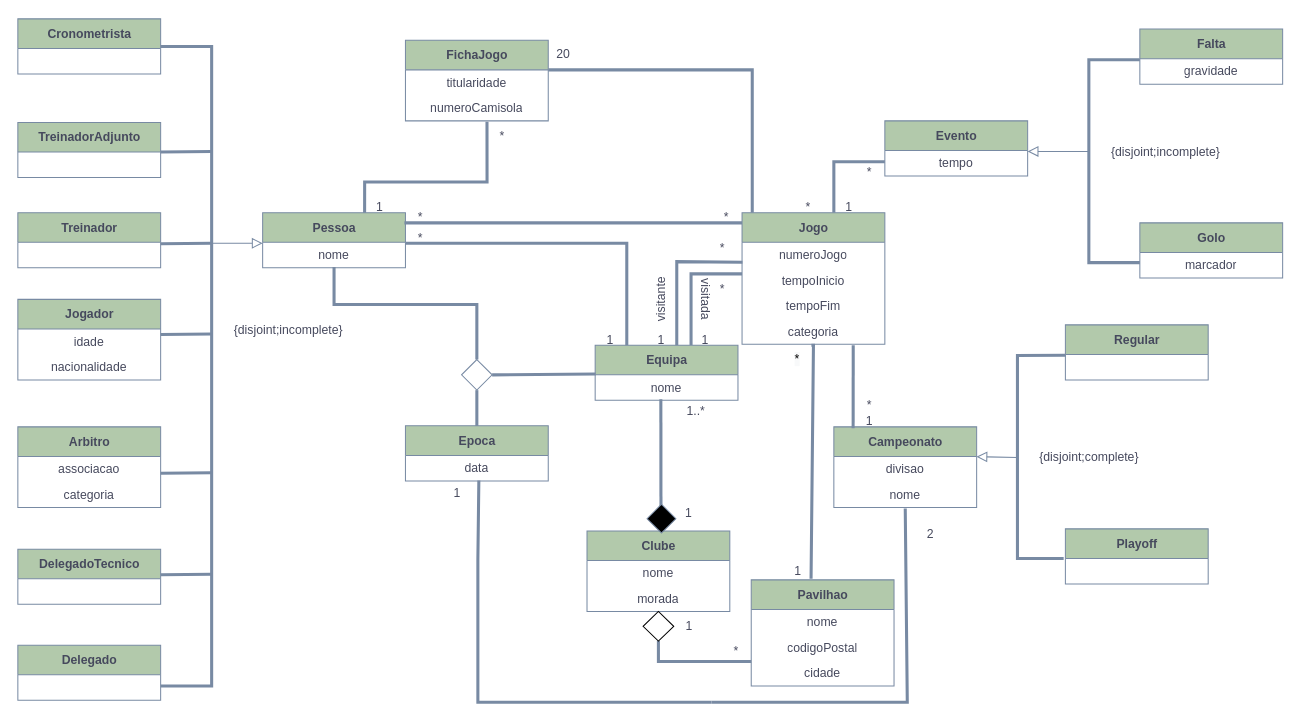
ValterCastro/FEUP-BD keeps this draw.io diagram as uml_diagram.drawio. Above is the earlier version. Source tidied: cells renumbered, new cells numbered last; positions are measured from the earlier drawing's top-left corner, leaving out a move shared by most shapes. Both pictures are drawn from the tidied source at 102%, with x=0, y=0 at pixel (17, 18).
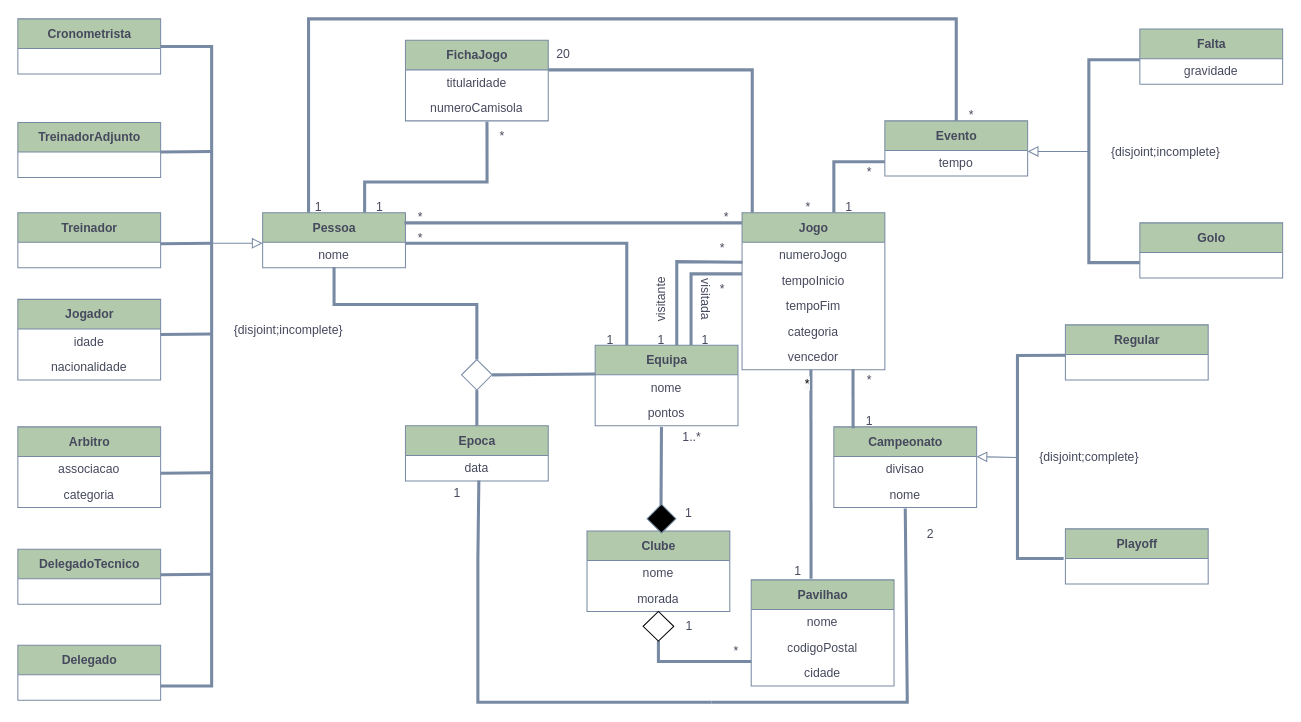
Above is the later version.

Commit message:
Updated UML diagram

Unchanged cells that the change refers to:
```xml
<mxCell id="23" value="Evento" style="swimlane;fontStyle=1;align=center;verticalAlign=middle;horizontal=1;startSize=29;html=1;fillColor=#B2C9AB;strokeColor=#788AA3;fontColor=#46495D;" parent="1" vertex="1">
  <mxGeometry x="850" y="100" width="140" height="54" as="geometry" />
</mxCell>
<mxCell id="37" value="Pavilhao" style="swimlane;fontStyle=1;align=center;verticalAlign=middle;horizontal=1;startSize=29;html=1;fillColor=#B2C9AB;strokeColor=#788AA3;fontColor=#46495D;" parent="1" vertex="1">
  <mxGeometry x="719" y="550" width="140" height="104" as="geometry" />
</mxCell>
<mxCell id="41" value="Campeonato" style="swimlane;fontStyle=1;align=center;verticalAlign=middle;horizontal=1;startSize=29;html=1;fillColor=#B2C9AB;strokeColor=#788AA3;fontColor=#46495D;" parent="1" vertex="1">
  <mxGeometry x="800" y="400" width="140" height="79" as="geometry" />
</mxCell>
<mxCell id="66" value="nome" style="text;html=1;strokeColor=none;fillColor=none;align=center;verticalAlign=middle;spacingLeft=4;spacingRight=4;overflow=hidden;points=[[0,0.5],[1,0.5]];portConstraint=eastwest;fontColor=#46495D;" parent="65" vertex="1">
  <mxGeometry y="29" width="140" height="25" as="geometry" />
</mxCell>
<mxCell id="105" value="Golo" style="swimlane;fontStyle=1;align=center;verticalAlign=middle;horizontal=1;startSize=29;html=1;fillColor=#B2C9AB;strokeColor=#788AA3;fontColor=#46495D;" parent="101" vertex="1">
  <mxGeometry x="50" y="190" width="140" height="54" as="geometry" />
</mxCell>
```

The edit, as a diff of the source:
```diff
@@
     <mxCell id="44" value="Jogo" style="swimlane;fontStyle=1;align=center;verticalAlign=middle;horizontal=1;startSize=29;html=1;fillColor=#B2C9AB;strokeColor=#788AA3;fontColor=#46495D;" parent="1" vertex="1">
-      <mxGeometry x="710" y="190" width="140" height="129" as="geometry" />
+      <mxGeometry x="710" y="190" width="140" height="154" as="geometry" />
     </mxCell>
@@
+    <mxCell id="108" value="vencedor" style="text;html=1;strokeColor=none;fillColor=none;align=center;verticalAlign=middle;spacingLeft=4;spacingRight=4;overflow=hidden;points=[[0,0.5],[1,0.5]];portConstraint=eastwest;fontColor=#46495D;" parent="44" vertex="1">
+      <mxGeometry y="129" width="140" height="25" as="geometry" />
+    </mxCell>
@@
     <mxCell id="53" value="*" style="text;html=1;strokeColor=none;fillColor=none;align=center;verticalAlign=middle;whiteSpace=wrap;rounded=0;fontColor=#46495D;" parent="1" vertex="1">
-      <mxGeometry x="820" y="374" width="30" height="10" as="geometry" />
+      <mxGeometry x="820" y="349" width="30" height="10" as="geometry" />
     </mxCell>
@@
-    <mxCell id="55" style="endArrow=none;startArrow=none;endFill=0;startFill=0;endSize=8;html=1;verticalAlign=bottom;labelBackgroundColor=none;strokeWidth=3;rounded=0;exitX=0.419;exitY=-0.01;exitDx=0;exitDy=0;exitPerimeter=0;strokeColor=#788AA3;fontColor=#46495D;" parent="1" edge="1" source="37">
-      <mxGeometry relative="1" as="geometry">
-        <mxPoint x="778" y="320" as="targetPoint" />
-        <Array as="points">
-          <mxPoint x="780" y="320" />
-        </Array>
-      </mxGeometry>
+    <mxCell id="55" style="endArrow=none;startArrow=none;endFill=0;startFill=0;endSize=8;html=1;verticalAlign=bottom;labelBackgroundColor=none;strokeWidth=3;rounded=0;exitX=0.419;exitY=-0.01;exitDx=0;exitDy=0;exitPerimeter=0;strokeColor=#788AA3;fontColor=#46495D;entryX=0.75;entryY=0;entryDx=0;entryDy=0;" parent="1" edge="1" source="37" target="57">
+      <mxGeometry relative="1" as="geometry" />
     </mxCell>
@@
     <mxCell id="57" value="&lt;span style=&quot;color: rgb(0, 0, 0); font-family: Helvetica; font-size: 12px; font-style: normal; font-variant-ligatures: normal; font-variant-caps: normal; font-weight: 400; letter-spacing: normal; orphans: 2; text-align: center; text-indent: 0px; text-transform: none; widows: 2; word-spacing: 0px; -webkit-text-stroke-width: 0px; background-color: rgb(248, 249, 250); text-decoration-thickness: initial; text-decoration-style: initial; text-decoration-color: initial; float: none; display: inline !important;&quot;&gt;*&lt;/span&gt;" style="text;whiteSpace=wrap;html=1;fontColor=#46495D;" parent="1" vertex="1">
-      <mxGeometry x="760" y="320" width="10" height="20" as="geometry" />
+      <mxGeometry x="770" y="344" width="10" height="20" as="geometry" />
     </mxCell>
-    <mxCell id="58" style="endArrow=none;startArrow=none;endFill=0;startFill=0;endSize=8;html=1;verticalAlign=bottom;labelBackgroundColor=none;strokeWidth=3;rounded=0;entryX=0.135;entryY=0.016;entryDx=0;entryDy=0;entryPerimeter=0;strokeColor=#788AA3;fontColor=#46495D;" parent="1" edge="1" target="41">
-      <mxGeometry relative="1" as="geometry">
-        <mxPoint x="819" y="320" as="sourcePoint" />
-      </mxGeometry>
+    <mxCell id="58" style="endArrow=none;startArrow=none;endFill=0;startFill=0;endSize=8;html=1;verticalAlign=bottom;labelBackgroundColor=none;strokeWidth=3;rounded=0;entryX=0.135;entryY=0.016;entryDx=0;entryDy=0;entryPerimeter=0;strokeColor=#788AA3;fontColor=#46495D;exitX=0.777;exitY=0.982;exitDx=0;exitDy=0;exitPerimeter=0;" parent="1" edge="1" source="108" target="41">
+      <mxGeometry relative="1" as="geometry" />
     </mxCell>
@@
     <mxCell id="65" value="Equipa" style="swimlane;fontStyle=1;align=center;verticalAlign=middle;horizontal=1;startSize=29;html=1;fillColor=#B2C9AB;strokeColor=#788AA3;fontColor=#46495D;" parent="1" vertex="1">
-      <mxGeometry x="566" y="320" width="140" height="54" as="geometry" />
+      <mxGeometry x="566" y="320" width="140" height="79" as="geometry" />
     </mxCell>
@@
+    <mxCell id="109" value="pontos" style="text;html=1;strokeColor=none;fillColor=none;align=center;verticalAlign=middle;spacingLeft=4;spacingRight=4;overflow=hidden;fontColor=#46495D;" parent="65" vertex="1">
+      <mxGeometry y="54" width="140" height="25" as="geometry" />
+    </mxCell>
@@
-    <mxCell id="75" style="endArrow=none;startArrow=none;endFill=0;startFill=0;endSize=8;html=1;verticalAlign=bottom;labelBackgroundColor=none;strokeWidth=3;rounded=0;strokeColor=#788AA3;fontColor=#46495D;entryX=0.46;entryY=0.96;entryDx=0;entryDy=0;entryPerimeter=0;" parent="1" edge="1" target="66">
+    <mxCell id="75" style="endArrow=none;startArrow=none;endFill=0;startFill=0;endSize=8;html=1;verticalAlign=bottom;labelBackgroundColor=none;strokeWidth=3;rounded=0;strokeColor=#788AA3;fontColor=#46495D;" parent="1" edge="1">
       <mxGeometry relative="1" as="geometry">
         <mxPoint x="630.5" y="490" as="sourcePoint" />
+        <mxPoint x="631" y="400" as="targetPoint" />
       </mxGeometry>
     </mxCell>
@@
     <mxCell id="78" value="1..*" style="text;html=1;strokeColor=none;fillColor=none;align=center;verticalAlign=middle;whiteSpace=wrap;rounded=0;fontColor=#46495D;" parent="1" vertex="1">
-      <mxGeometry x="650" y="380" width="30" height="10" as="geometry" />
+      <mxGeometry x="646" y="405" width="30" height="10" as="geometry" />
     </mxCell>
@@
-    <mxCell id="106" value="marcador" style="text;html=1;strokeColor=none;fillColor=none;align=center;verticalAlign=middle;spacingLeft=4;spacingRight=4;overflow=hidden;fontColor=#46495D;" parent="105" vertex="1">
-      <mxGeometry y="29" width="140" height="25" as="geometry" />
-    </mxCell>
@@
+    <mxCell id="110" style="endArrow=none;startArrow=none;endFill=0;startFill=0;endSize=8;html=1;verticalAlign=bottom;labelBackgroundColor=none;strokeWidth=3;rounded=0;entryX=0;entryY=1;entryDx=0;entryDy=0;strokeColor=#788AA3;fontColor=#46495D;exitX=0.5;exitY=0;exitDx=0;exitDy=0;" parent="1" edge="1" source="23">
+      <mxGeometry relative="1" as="geometry">
+        <mxPoint x="285" y="190" as="targetPoint" />
+        <Array as="points">
+          <mxPoint x="920" />
+          <mxPoint x="285" />
+        </Array>
+      </mxGeometry>
+    </mxCell>
+    <mxCell id="111" value="*" style="text;html=1;strokeColor=none;fillColor=none;align=center;verticalAlign=middle;whiteSpace=wrap;rounded=0;fontColor=#46495D;" parent="1" vertex="1">
+      <mxGeometry x="920" y="90" width="30" height="10" as="geometry" />
+    </mxCell>
+    <mxCell id="112" value="1" style="text;html=1;strokeColor=none;fillColor=none;align=center;verticalAlign=middle;whiteSpace=wrap;rounded=0;fontColor=#46495D;" parent="1" vertex="1">
+      <mxGeometry x="280" y="180" width="30" height="10" as="geometry" />
+    </mxCell>
```
